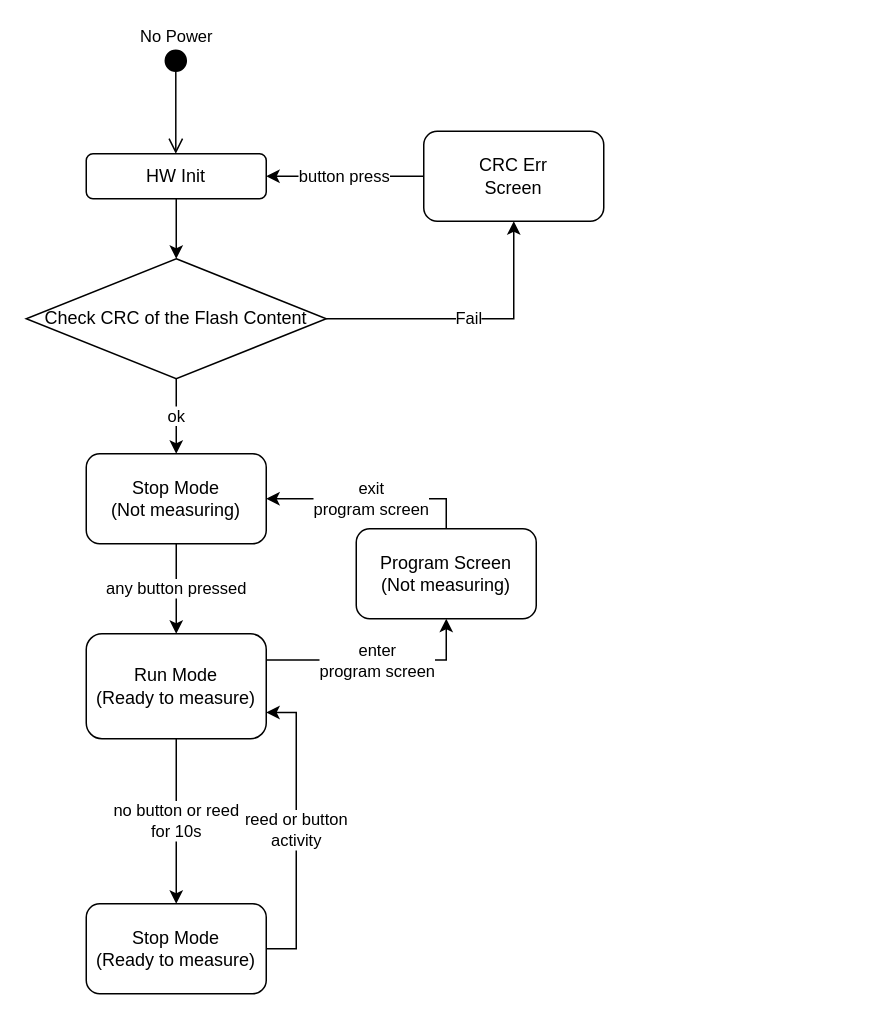
Earlier version of the draw.io diagram Untitled Diagram2.drawio (insighthorizon/useful_scripts). Source tidied: cells renumbered, new cells numbered last; positions are measured from the earlier drawing's top-left corner, leaving out a move shared by most shapes. Both pictures are drawn from the tidied source at 150%, with x=0, y=0 at pixel (26, 48).
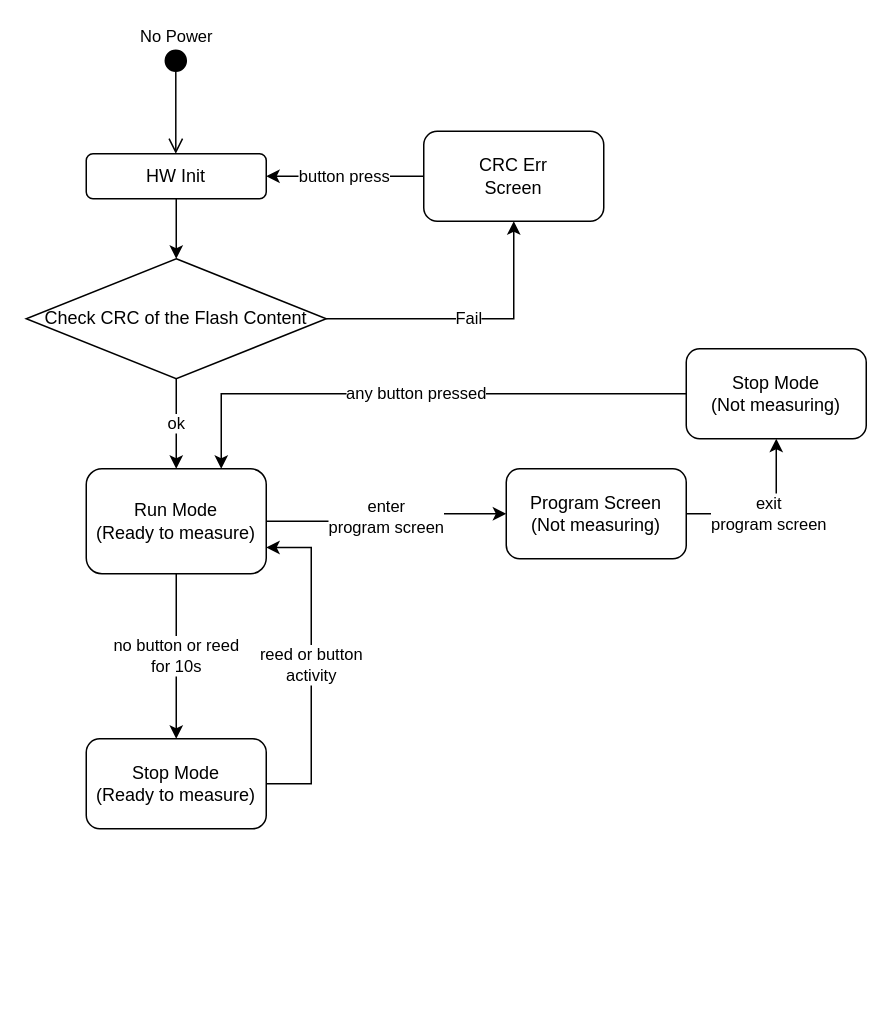
After the change.

Unchanged cells that the change refers to:
```xml
<mxCell id="6" value="Check CRC of the Flash Content" style="rhombus;whiteSpace=wrap;html=1;" parent="1" vertex="1">
  <mxGeometry y="140" width="200" height="80" as="geometry" />
</mxCell>
```

Diff of the diagram source:
```diff
@@
-    <mxCell id="4" value="ok" style="edgeStyle=orthogonalEdgeStyle;rounded=0;jettySize=auto;html=1;exitX=0.5;exitY=1;exitDx=0;exitDy=0;entryX=0.5;entryY=0;entryDx=0;entryDy=0;" parent="1" edge="1" source="6" target="12">
+    <mxCell id="4" value="ok" style="edgeStyle=orthogonalEdgeStyle;rounded=0;jettySize=auto;html=1;exitX=0.5;exitY=1;exitDx=0;exitDy=0;entryX=0.5;entryY=0;entryDx=0;entryDy=0;" parent="1" edge="1" source="6" target="15">
       <mxGeometry relative="1" as="geometry" />
     </mxCell>
@@
-    <mxCell id="11" value="any button pressed" style="edgeStyle=orthogonalEdgeStyle;rounded=0;jettySize=auto;html=1;exitX=0.5;exitY=1;exitDx=0;exitDy=0;entryX=0.5;entryY=0;entryDx=0;entryDy=0;" parent="1" edge="1" source="12" target="15">
+    <mxCell id="11" value="any button pressed" style="edgeStyle=orthogonalEdgeStyle;rounded=0;jettySize=auto;html=1;exitX=0;exitY=0.5;exitDx=0;exitDy=0;entryX=0.75;entryY=0;entryDx=0;entryDy=0;" parent="1" edge="1" source="12" target="15">
       <mxGeometry relative="1" as="geometry" />
     </mxCell>
     <mxCell id="12" value="Stop Mode&lt;br&gt;(Not measuring)" style="rounded=1;whiteSpace=wrap;html=1;" parent="1" vertex="1">
-      <mxGeometry x="40" y="270" width="120" height="60" as="geometry" />
+      <mxGeometry x="440" y="200" width="120" height="60" as="geometry" />
     </mxCell>
@@
-    <mxCell id="14" value="enter&lt;br&gt;program screen" style="edgeStyle=orthogonalEdgeStyle;rounded=0;jettySize=auto;html=1;exitX=1;exitY=0.25;exitDx=0;exitDy=0;entryX=0.5;entryY=1;entryDx=0;entryDy=0;" parent="1" edge="1" source="15" target="19">
+    <mxCell id="14" value="enter&lt;br&gt;program screen" style="edgeStyle=orthogonalEdgeStyle;rounded=0;jettySize=auto;html=1;exitX=1;exitY=0.5;exitDx=0;exitDy=0;entryX=0;entryY=0.5;entryDx=0;entryDy=0;" parent="1" edge="1" source="15" target="19">
       <mxGeometry relative="1" as="geometry" />
     </mxCell>
     <mxCell id="15" value="Run Mode&lt;br&gt;(Ready to measure)" style="rounded=1;whiteSpace=wrap;html=1;" parent="1" vertex="1">
-      <mxGeometry x="40" y="390" width="120" height="70" as="geometry" />
+      <mxGeometry x="40" y="280" width="120" height="70" as="geometry" />
     </mxCell>
     <mxCell id="16" value="reed or button&lt;br&gt;activity" style="edgeStyle=orthogonalEdgeStyle;rounded=0;jettySize=auto;html=1;exitX=1;exitY=0.5;exitDx=0;exitDy=0;entryX=1;entryY=0.75;entryDx=0;entryDy=0;" parent="1" edge="1" source="17" target="15">
-      <mxGeometry relative="1" as="geometry" />
+      <mxGeometry relative="1" as="geometry">
+        <Array as="points">
+          <mxPoint x="190" y="490" />
+          <mxPoint x="190" y="333" />
+        </Array>
+      </mxGeometry>
     </mxCell>
     <mxCell id="17" value="Stop Mode&lt;br&gt;(Ready to measure)" style="rounded=1;whiteSpace=wrap;html=1;" parent="1" vertex="1">
-      <mxGeometry x="40" y="570" width="120" height="60" as="geometry" />
+      <mxGeometry x="40" y="460" width="120" height="60" as="geometry" />
     </mxCell>
-    <mxCell id="18" value="exit&lt;br&gt;program screen" style="edgeStyle=orthogonalEdgeStyle;rounded=0;jettySize=auto;html=1;exitX=0.5;exitY=0;exitDx=0;exitDy=0;entryX=1;entryY=0.5;entryDx=0;entryDy=0;" parent="1" edge="1" source="19" target="12">
+    <mxCell id="18" value="exit&lt;br&gt;program screen" style="edgeStyle=orthogonalEdgeStyle;rounded=0;jettySize=auto;html=1;exitX=1;exitY=0.5;exitDx=0;exitDy=0;entryX=0.5;entryY=1;entryDx=0;entryDy=0;" parent="1" edge="1" source="19" target="12">
       <mxGeometry relative="1" as="geometry" />
     </mxCell>
     <mxCell id="19" value="Program Screen&lt;br&gt;(Not measuring)" style="rounded=1;whiteSpace=wrap;html=1;" parent="1" vertex="1">
-      <mxGeometry x="220" y="320" width="120" height="60" as="geometry" />
+      <mxGeometry x="320" y="280" width="120" height="60" as="geometry" />
     </mxCell>
```
